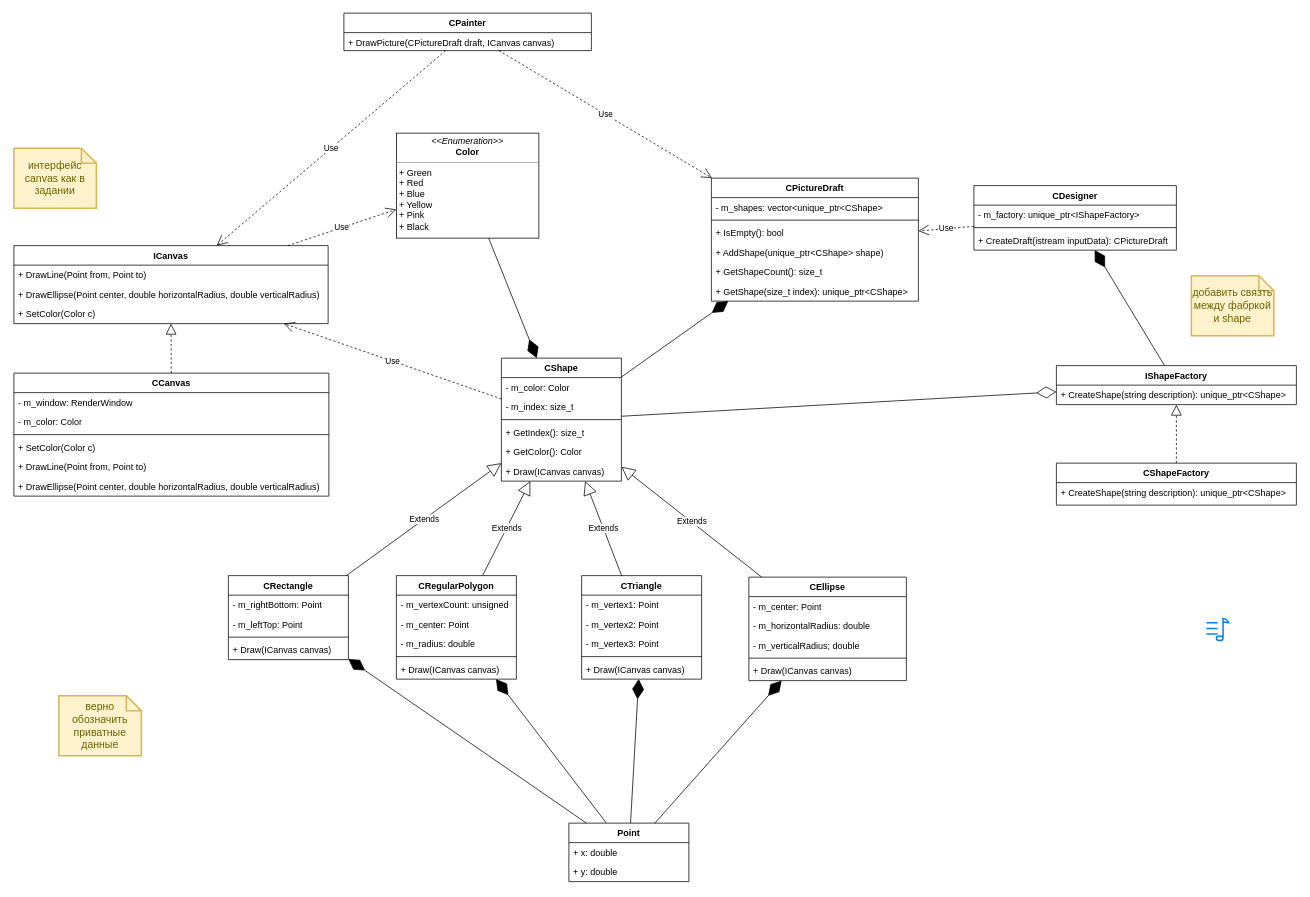
amfunNylord/ood keeps this draw.io diagram as lab4/lab4Diagram.drawio. Above is the earlier version. Source tidied: cells renumbered, new cells numbered last; positions are measured from the earlier drawing's top-left corner, leaving out a move shared by most shapes. Both pictures are drawn from the tidied source at 75%, with x=0, y=0 at pixel (14, 13).
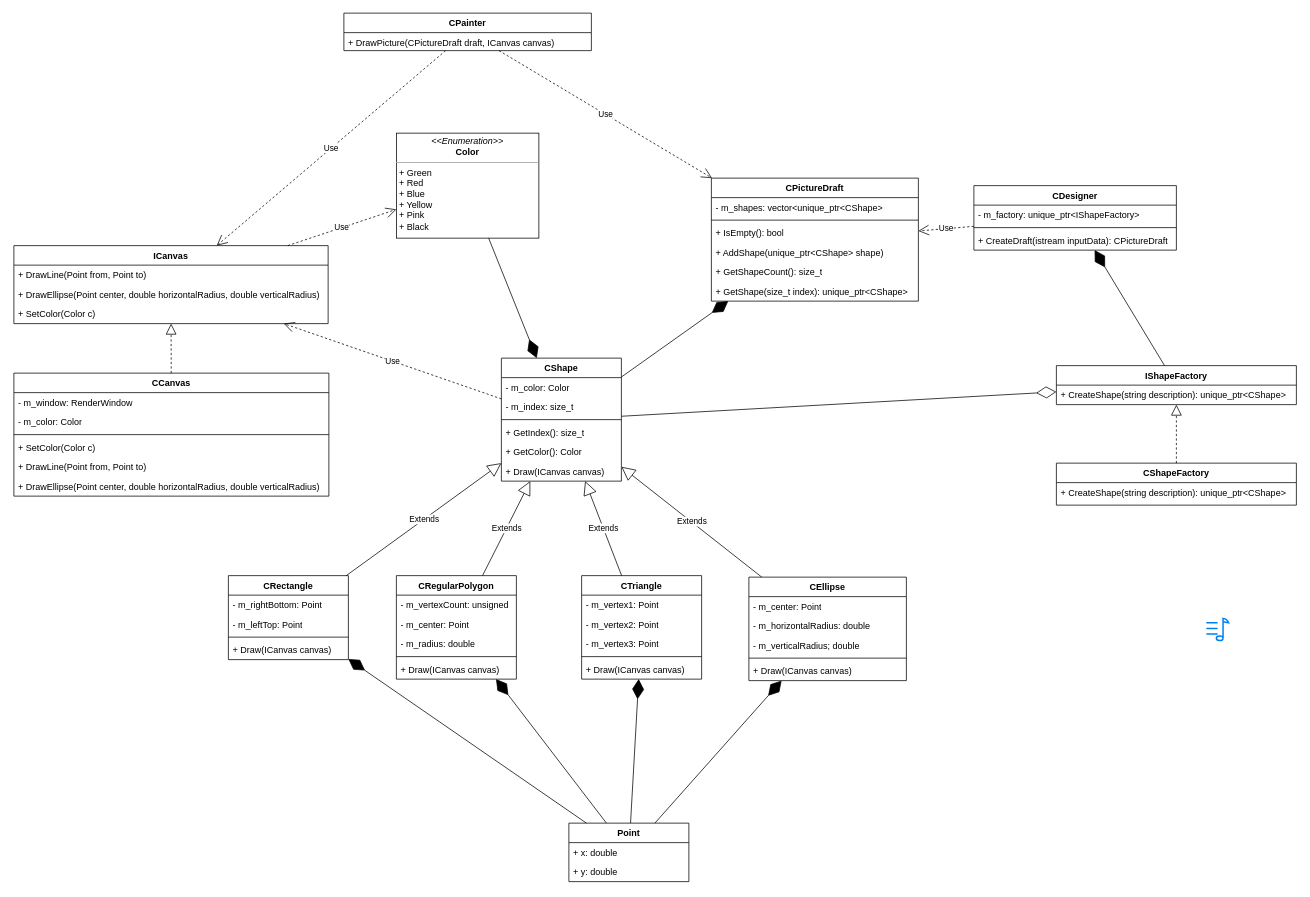
The same diagram, later.

The edit, as a diff of the source:
```diff
@@
-    <mxCell id="83" value="добавить связть между фабркой и shape" style="shape=note;strokeWidth=2;fontSize=14;size=20;whiteSpace=wrap;html=1;fillColor=#fff2cc;strokeColor=#d6b656;fontColor=#666600;" parent="1" vertex="1">
-      <mxGeometry x="1570" y="350" width="110" height="80" as="geometry" />
-    </mxCell>
-    <mxCell id="84" value="верно обозначить приватные данные" style="shape=note;strokeWidth=2;fontSize=14;size=20;whiteSpace=wrap;html=1;fillColor=#fff2cc;strokeColor=#d6b656;fontColor=#666600;" parent="1" vertex="1">
-      <mxGeometry x="60" y="910" width="110" height="80" as="geometry" />
-    </mxCell>
-    <mxCell id="85" value="интерфейс canvas как в задании" style="shape=note;strokeWidth=2;fontSize=14;size=20;whiteSpace=wrap;html=1;fillColor=#fff2cc;strokeColor=#d6b656;fontColor=#666600;" parent="1" vertex="1">
-      <mxGeometry y="180" width="110" height="80" as="geometry" />
-    </mxCell>
```
